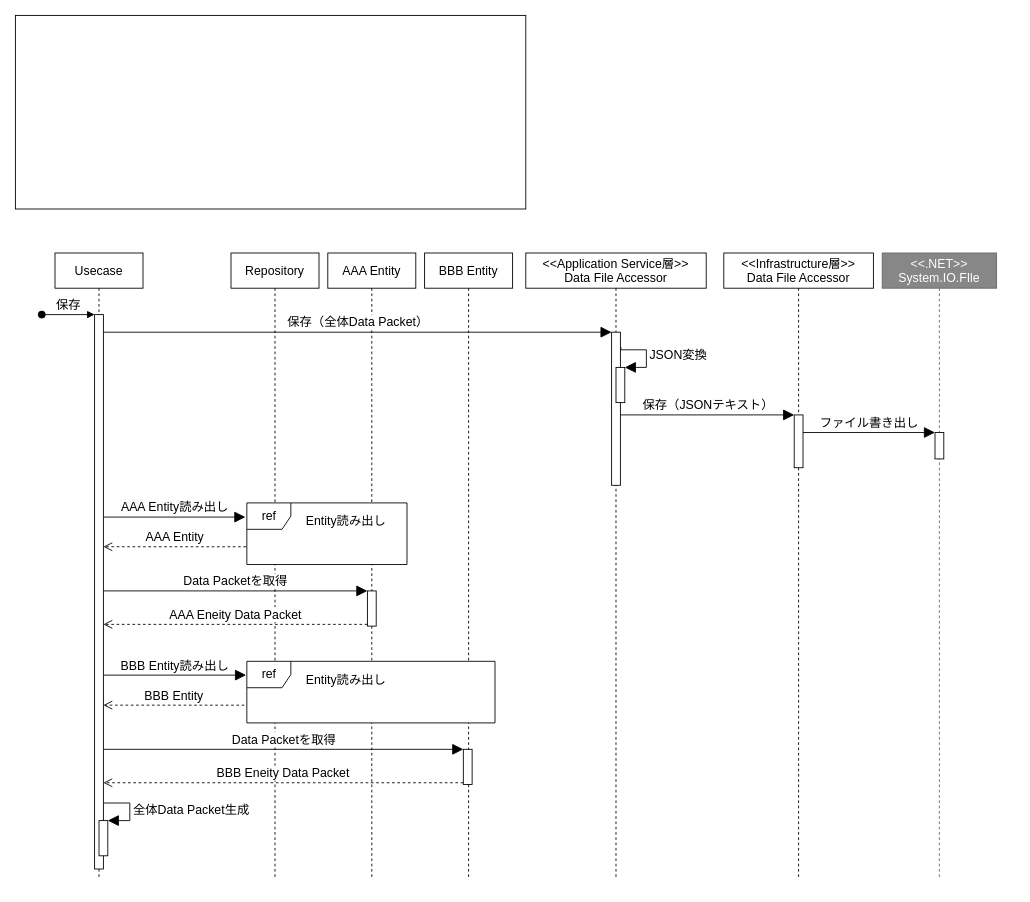
Before: page "設定データファイル読み込みシーケンス" (11 of 11) of Documents/Design/Figures.drawio in bosssanovar/WindowsApp_Template_202404, a draw.io diagram. Source tidied: cells renumbered, new cells numbered last; positions are measured from the earlier drawing's top-left corner, leaving out a move shared by most shapes. Both pictures are drawn from the tidied source at 88%, with x=0, y=0 at pixel (15, 15).
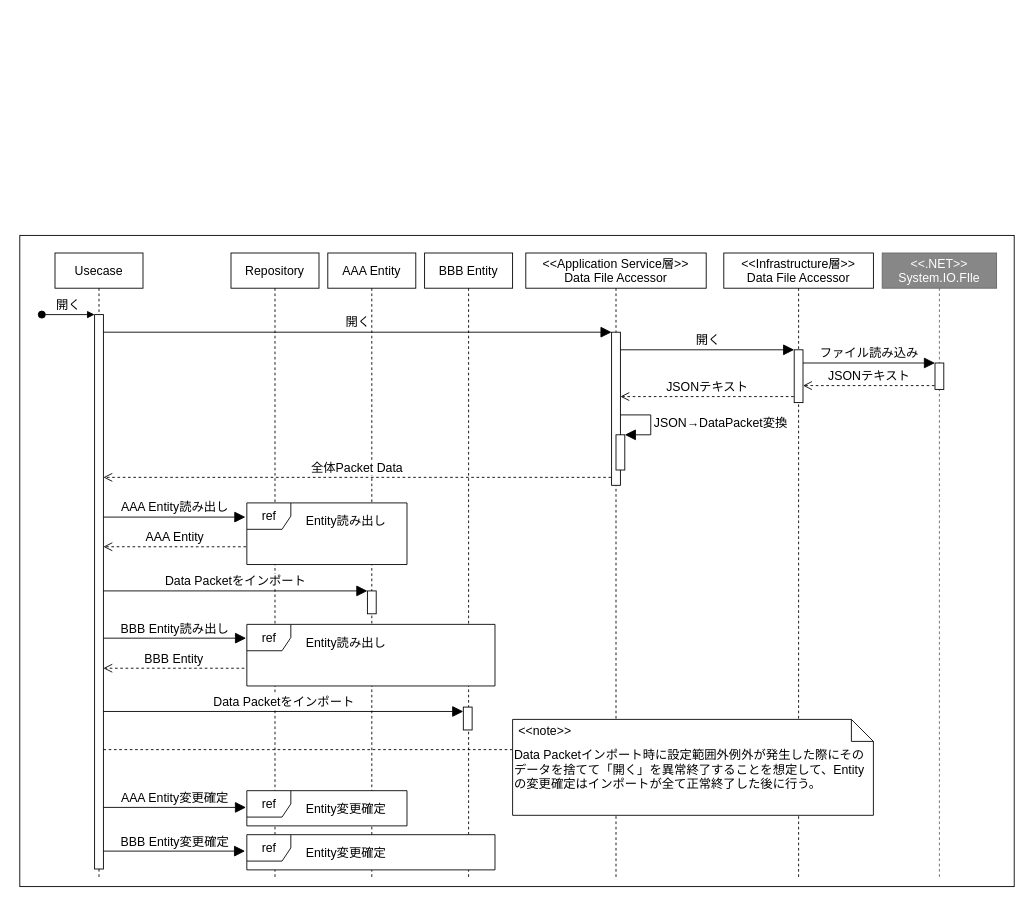
The same diagram, later.

The change refers to these unchanged cells:
```xml
<mxCell id="3" value="Usecase" style="shape=umlLifeline;perimeter=lifelinePerimeter;whiteSpace=wrap;html=1;strokeColor=#000000;strokeWidth=1;fontSize=14;fontColor=#000000;fillColor=#FFFFFF;" parent="1" vertex="1">
  <mxGeometry x="45" y="270" width="100" height="710" as="geometry" />
</mxCell>
<mxCell id="4" style="html=1;points=[];perimeter=orthogonalPerimeter;strokeColor=#000000;strokeWidth=1;fontSize=14;fontColor=#000000;fillColor=default;" parent="3" vertex="1">
  <mxGeometry x="45" y="70" width="10" height="630" as="geometry" />
</mxCell>
<mxCell id="9" value="AAA Entity" style="shape=umlLifeline;perimeter=lifelinePerimeter;whiteSpace=wrap;html=1;strokeColor=#000000;strokeWidth=1;fontSize=14;fontColor=#000000;fillColor=#FFFFFF;" parent="1" vertex="1">
  <mxGeometry x="355" y="270" width="100" height="710" as="geometry" />
</mxCell>
<mxCell id="11" value="BBB Entity" style="shape=umlLifeline;perimeter=lifelinePerimeter;whiteSpace=wrap;html=1;strokeColor=#000000;strokeWidth=1;fontSize=14;fontColor=#000000;fillColor=#FFFFFF;" parent="1" vertex="1">
  <mxGeometry x="465" y="270" width="100" height="710" as="geometry" />
</mxCell>
<mxCell id="13" value="&amp;lt;&amp;lt;Application Service層&amp;gt;&amp;gt;&lt;br&gt;Data File Accessor" style="shape=umlLifeline;perimeter=lifelinePerimeter;whiteSpace=wrap;html=1;strokeColor=#000000;strokeWidth=1;fontSize=14;fontColor=#000000;fillColor=#FFFFFF;" parent="1" vertex="1">
  <mxGeometry x="580" y="270" width="205" height="710" as="geometry" />
</mxCell>
<mxCell id="14" style="html=1;points=[];perimeter=orthogonalPerimeter;strokeColor=#000000;strokeWidth=1;fontSize=14;fontColor=#000000;fillColor=default;" parent="13" vertex="1">
  <mxGeometry x="97.5" y="90" width="10" height="174" as="geometry" />
</mxCell>
<mxCell id="17" value="&amp;lt;&amp;lt;Infrastructure層&amp;gt;&amp;gt;&lt;br style=&quot;border-color: var(--border-color);&quot;&gt;Data File Accessor" style="shape=umlLifeline;perimeter=lifelinePerimeter;whiteSpace=wrap;html=1;strokeColor=#000000;strokeWidth=1;fontSize=14;fontColor=#000000;fillColor=#FFFFFF;" parent="1" vertex="1">
  <mxGeometry x="805" y="270" width="170" height="710" as="geometry" />
</mxCell>
<mxCell id="19" value="&amp;lt;&amp;lt;.NET&amp;gt;&amp;gt;&lt;br&gt;System.IO.FIle" style="shape=umlLifeline;perimeter=lifelinePerimeter;whiteSpace=wrap;html=1;strokeColor=#666666;strokeWidth=1;fontSize=14;fontColor=#FFFFFF;fillColor=#878787;" parent="1" vertex="1">
  <mxGeometry x="985" y="270" width="130" height="710" as="geometry" />
</mxCell>
```

The edit, as a diff of the source:
```diff
@@
     <mxCell id="2" style="rounded=0;whiteSpace=wrap;html=1;strokeColor=#000000;strokeWidth=1;fontSize=14;fontColor=#000000;fillColor=default;" parent="1" vertex="1">
-      <mxGeometry width="580" height="220" as="geometry" />
+      <mxGeometry x="5" y="250" width="1130" height="740" as="geometry" />
     </mxCell>
@@
-    <mxCell id="5" value="保存" style="html=1;verticalAlign=bottom;startArrow=oval;endArrow=block;startSize=8;strokeWidth=1;fontSize=14;fontColor=#000000;" parent="3" edge="1" target="4">
+    <mxCell id="5" value="開く" style="html=1;verticalAlign=bottom;startArrow=oval;endArrow=block;startSize=8;strokeWidth=1;fontSize=14;fontColor=#000000;" parent="3" edge="1" target="4">
       <mxGeometry relative="1" as="geometry">
         <mxPoint x="-15" y="70" as="sourcePoint" />
       </mxGeometry>
     </mxCell>
-    <mxCell id="6" style="html=1;points=[];perimeter=orthogonalPerimeter;strokeColor=#000000;strokeWidth=1;fontSize=14;fontColor=#000000;fillColor=default;" parent="3" vertex="1">
-      <mxGeometry x="50" y="645" width="10" height="40" as="geometry" />
-    </mxCell>
-    <mxCell id="7" value="全体Data Packet生成" style="edgeStyle=orthogonalEdgeStyle;html=1;align=left;spacingLeft=2;endArrow=block;rounded=0;entryX=1;entryY=0;strokeWidth=1;fontSize=14;fontColor=#000000;startSize=6;endSize=10;" parent="3" edge="1" target="6">
-      <mxGeometry relative="1" as="geometry">
-        <mxPoint x="55" y="625" as="sourcePoint" />
-        <Array as="points">
-          <mxPoint x="85" y="625" />
-        </Array>
-      </mxGeometry>
-    </mxCell>
@@
     <mxCell id="10" style="html=1;points=[];perimeter=orthogonalPerimeter;strokeColor=#000000;strokeWidth=1;fontSize=14;fontColor=#000000;fillColor=default;" parent="9" vertex="1">
-      <mxGeometry x="45" y="384" width="10" height="40" as="geometry" />
+      <mxGeometry x="45" y="384" width="10" height="26" as="geometry" />
     </mxCell>
@@
     <mxCell id="12" style="html=1;points=[];perimeter=orthogonalPerimeter;strokeColor=#000000;strokeWidth=1;fontSize=14;fontColor=#000000;fillColor=default;" parent="11" vertex="1">
-      <mxGeometry x="44" y="564" width="10" height="40" as="geometry" />
+      <mxGeometry x="44" y="516" width="10" height="26" as="geometry" />
     </mxCell>
@@
     <mxCell id="15" style="html=1;points=[];perimeter=orthogonalPerimeter;strokeColor=#000000;strokeWidth=1;fontSize=14;fontColor=#000000;fillColor=default;" parent="13" vertex="1">
-      <mxGeometry x="102.5" y="130" width="10" height="40" as="geometry" />
+      <mxGeometry x="102.5" y="206.6" width="10" height="40" as="geometry" />
     </mxCell>
-    <mxCell id="16" value="JSON変換" style="edgeStyle=orthogonalEdgeStyle;html=1;align=left;spacingLeft=2;endArrow=block;rounded=0;entryX=1;entryY=0;strokeWidth=1;fontSize=14;fontColor=#000000;startSize=6;endSize=10;exitX=1.064;exitY=0.1;exitDx=0;exitDy=0;exitPerimeter=0;" parent="13" edge="1" source="14" target="15">
+    <mxCell id="16" value="JSON→DataPacket変換" style="edgeStyle=orthogonalEdgeStyle;html=1;align=left;spacingLeft=2;endArrow=block;rounded=0;entryX=1;entryY=0;strokeWidth=1;fontSize=14;fontColor=#000000;startSize=6;endSize=10;" parent="13" edge="1" source="14" target="15">
       <mxGeometry relative="1" as="geometry">
         <Array as="points">
-          <mxPoint x="108" y="110" />
-          <mxPoint x="137" y="110" />
-          <mxPoint x="137" y="130" />
+          <mxPoint x="142" y="184" />
+          <mxPoint x="142" y="207" />
         </Array>
       </mxGeometry>
     </mxCell>
@@
     <mxCell id="18" style="html=1;points=[];perimeter=orthogonalPerimeter;strokeColor=#000000;strokeWidth=1;fontSize=14;fontColor=#000000;fillColor=default;" parent="17" vertex="1">
-      <mxGeometry x="80" y="184" width="10" height="60" as="geometry" />
+      <mxGeometry x="80" y="110" width="10" height="60" as="geometry" />
     </mxCell>
@@
     <mxCell id="20" style="html=1;points=[];perimeter=orthogonalPerimeter;strokeColor=#000000;strokeWidth=1;fontSize=14;fontColor=#000000;fillColor=default;" parent="19" vertex="1">
-      <mxGeometry x="60" y="204" width="10" height="30" as="geometry" />
+      <mxGeometry x="60" y="125" width="10" height="30" as="geometry" />
     </mxCell>
@@
     <mxCell id="23" value="ref" style="shape=umlFrame;tabPosition=left;html=1;boundedLbl=1;labelInHeader=1;width=50;height=30;strokeColor=#000000;strokeWidth=1;fontSize=14;fontColor=#000000;fillColor=default;swimlaneFillColor=#FFFFFF;" parent="1" vertex="1">
-      <mxGeometry x="263" y="734" width="282" height="70" as="geometry" />
+      <mxGeometry x="263" y="692" width="282" height="70" as="geometry" />
     </mxCell>
@@
-    <mxCell id="27" value="Data Packetを取得" style="html=1;verticalAlign=bottom;endArrow=block;entryX=0;entryY=0;strokeWidth=1;fontSize=14;fontColor=#000000;startSize=6;endSize=10;" parent="1" edge="1" target="10">
+    <mxCell id="27" value="Data Packetをインポート" style="html=1;verticalAlign=bottom;endArrow=block;entryX=0;entryY=0;strokeWidth=1;fontSize=14;fontColor=#000000;startSize=6;endSize=10;" parent="1" edge="1" target="10">
       <mxGeometry relative="1" as="geometry">
         <mxPoint x="100" y="654" as="sourcePoint" />
       </mxGeometry>
     </mxCell>
-    <mxCell id="28" value="AAA Eneity Data Packet" style="html=1;verticalAlign=bottom;endArrow=open;dashed=1;endSize=8;exitX=0;exitY=0.95;strokeWidth=1;fontSize=14;fontColor=#000000;" parent="1" edge="1" source="10">
-      <mxGeometry relative="1" as="geometry">
-        <mxPoint x="100" y="692" as="targetPoint" />
-      </mxGeometry>
-    </mxCell>
-    <mxCell id="29" value="BBB Entity読み出し" style="html=1;verticalAlign=bottom;endArrow=block;strokeWidth=1;fontSize=14;fontColor=#000000;startSize=6;endSize=10;entryX=-0.003;entryY=0.224;entryDx=0;entryDy=0;entryPerimeter=0;" parent="1" edge="1" target="23">
-      <mxGeometry relative="1" as="geometry">
-        <mxPoint x="100" y="749.7" as="sourcePoint" />
-      </mxGeometry>
+    <mxCell id="29" value="BBB Entity読み出し" style="html=1;verticalAlign=bottom;endArrow=block;strokeWidth=1;fontSize=14;fontColor=#000000;startSize=6;endSize=10;entryX=-0.003;entryY=0.224;entryDx=0;entryDy=0;entryPerimeter=0;" parent="1" edge="1" source="4" target="23">
+      <mxGeometry relative="1" as="geometry" />
     </mxCell>
-    <mxCell id="30" value="BBB Entity" style="html=1;verticalAlign=bottom;endArrow=open;dashed=1;endSize=8;strokeWidth=1;fontSize=14;fontColor=#000000;exitX=-0.01;exitY=0.712;exitDx=0;exitDy=0;exitPerimeter=0;" parent="1" edge="1" source="23">
-      <mxGeometry relative="1" as="geometry">
-        <mxPoint x="100" y="783.8" as="targetPoint" />
-      </mxGeometry>
+    <mxCell id="30" value="BBB Entity" style="html=1;verticalAlign=bottom;endArrow=open;dashed=1;endSize=8;strokeWidth=1;fontSize=14;fontColor=#000000;exitX=-0.01;exitY=0.712;exitDx=0;exitDy=0;exitPerimeter=0;" parent="1" edge="1" source="23" target="4">
+      <mxGeometry relative="1" as="geometry" />
     </mxCell>
-    <mxCell id="31" value="Data Packetを取得" style="html=1;verticalAlign=bottom;endArrow=block;entryX=0;entryY=0;strokeWidth=1;fontSize=14;fontColor=#000000;startSize=6;endSize=10;" parent="1" edge="1" target="12">
+    <mxCell id="31" value="Data Packetをインポート" style="html=1;verticalAlign=bottom;endArrow=block;entryX=0;entryY=0;strokeWidth=1;fontSize=14;fontColor=#000000;startSize=6;endSize=10;" parent="1" edge="1">
       <mxGeometry relative="1" as="geometry">
-        <mxPoint x="100" y="834" as="sourcePoint" />
+        <mxPoint x="100" y="791" as="sourcePoint" />
+        <mxPoint x="509" y="791" as="targetPoint" />
       </mxGeometry>
     </mxCell>
-    <mxCell id="32" value="BBB Eneity Data Packet" style="html=1;verticalAlign=bottom;endArrow=open;dashed=1;endSize=8;exitX=0;exitY=0.95;strokeWidth=1;fontSize=14;fontColor=#000000;" parent="1" edge="1" source="12">
-      <mxGeometry relative="1" as="geometry">
-        <mxPoint x="100" y="872" as="targetPoint" />
-      </mxGeometry>
-    </mxCell>
-    <mxCell id="33" value="保存（全体Data Packet）" style="html=1;verticalAlign=bottom;endArrow=block;entryX=0;entryY=0;strokeWidth=1;fontSize=14;fontColor=#000000;startSize=6;endSize=10;" parent="1" edge="1" source="4" target="14">
+    <mxCell id="33" value="開く" style="html=1;verticalAlign=bottom;endArrow=block;entryX=0;entryY=0;strokeWidth=1;fontSize=14;fontColor=#000000;startSize=6;endSize=10;" parent="1" edge="1" source="4" target="14">
       <mxGeometry relative="1" as="geometry" />
     </mxCell>
-    <mxCell id="34" value="保存（JSONテキスト）" style="html=1;verticalAlign=bottom;endArrow=block;entryX=0;entryY=0;strokeWidth=1;fontSize=14;fontColor=#000000;startSize=6;endSize=10;" parent="1" edge="1" source="14" target="18">
+    <mxCell id="34" value="開く" style="html=1;verticalAlign=bottom;endArrow=block;entryX=0;entryY=0;strokeWidth=1;fontSize=14;fontColor=#000000;startSize=6;endSize=10;" parent="1" edge="1" source="14" target="18">
       <mxGeometry relative="1" as="geometry" />
     </mxCell>
-    <mxCell id="35" value="ファイル書き出し" style="html=1;verticalAlign=bottom;endArrow=block;entryX=0;entryY=0;strokeWidth=1;fontSize=14;fontColor=#000000;startSize=6;endSize=10;" parent="1" edge="1" source="18" target="20">
+    <mxCell id="35" value="ファイル読み込み" style="html=1;verticalAlign=bottom;endArrow=block;entryX=0;entryY=0;strokeWidth=1;fontSize=14;fontColor=#000000;startSize=6;endSize=10;" parent="1" edge="1" source="18" target="20">
       <mxGeometry relative="1" as="geometry" />
     </mxCell>
+    <mxCell id="36" value="全体Packet Data" style="html=1;verticalAlign=bottom;endArrow=open;dashed=1;endSize=8;strokeWidth=1;fontSize=14;fontColor=#000000;exitX=-0.05;exitY=0.948;exitDx=0;exitDy=0;exitPerimeter=0;" parent="1" edge="1" source="14" target="4">
+      <mxGeometry relative="1" as="geometry" />
+    </mxCell>
+    <mxCell id="37" value="JSONテキスト" style="html=1;verticalAlign=bottom;endArrow=open;dashed=1;endSize=8;strokeWidth=1;fontSize=14;fontColor=#000000;exitX=-0.05;exitY=0.856;exitDx=0;exitDy=0;exitPerimeter=0;" parent="1" edge="1" source="20" target="18">
+      <mxGeometry relative="1" as="geometry" />
+    </mxCell>
+    <mxCell id="38" value="JSONテキスト" style="html=1;verticalAlign=bottom;endArrow=open;dashed=1;endSize=8;strokeWidth=1;fontSize=14;fontColor=#000000;exitX=-0.05;exitY=0.886;exitDx=0;exitDy=0;exitPerimeter=0;" parent="1" edge="1" source="18" target="14">
+      <mxGeometry relative="1" as="geometry" />
+    </mxCell>
+    <mxCell id="39" value="ref" style="shape=umlFrame;tabPosition=left;html=1;boundedLbl=1;labelInHeader=1;width=50;height=30;strokeWidth=1;fontSize=14;swimlaneFillColor=#FFFFFF;" parent="1" vertex="1">
+      <mxGeometry x="263" y="881" width="182" height="40" as="geometry" />
+    </mxCell>
+    <mxCell id="40" value="Entity変更確定" style="text;align=center;strokeColor=none;strokeWidth=1;fontSize=14;fontColor=#000000;fillColor=default;" parent="39" vertex="1">
+      <mxGeometry width="100" height="20" relative="1" as="geometry">
+        <mxPoint x="63" y="6" as="offset" />
+      </mxGeometry>
+    </mxCell>
+    <mxCell id="41" value="AAA Entity変更確定" style="html=1;verticalAlign=bottom;endArrow=block;strokeWidth=1;fontSize=14;fontColor=#000000;startSize=6;endSize=10;entryX=-0.005;entryY=0.475;entryDx=0;entryDy=0;entryPerimeter=0;" parent="1" edge="1" source="4" target="39">
+      <mxGeometry relative="1" as="geometry" />
+    </mxCell>
+    <mxCell id="42" value="ref" style="shape=umlFrame;tabPosition=left;html=1;boundedLbl=1;labelInHeader=1;width=50;height=30;strokeWidth=1;fontSize=14;swimlaneFillColor=#FFFFFF;" parent="1" vertex="1">
+      <mxGeometry x="263" y="931" width="282" height="40" as="geometry" />
+    </mxCell>
+    <mxCell id="43" value="Entity変更確定" style="text;align=center;strokeColor=none;strokeWidth=1;fontSize=14;fontColor=#000000;fillColor=default;" parent="42" vertex="1">
+      <mxGeometry width="100" height="20" relative="1" as="geometry">
+        <mxPoint x="63" y="6" as="offset" />
+      </mxGeometry>
+    </mxCell>
+    <mxCell id="44" value="BBB Entity変更確定" style="html=1;verticalAlign=bottom;endArrow=block;strokeWidth=1;fontSize=14;fontColor=#000000;startSize=6;endSize=10;entryX=-0.007;entryY=0.467;entryDx=0;entryDy=0;entryPerimeter=0;" parent="1" edge="1" source="4" target="42">
+      <mxGeometry relative="1" as="geometry" />
+    </mxCell>
+    <mxCell id="45" value="Data Packetインポート時に設定範囲外例外が発生した際にそのデータを捨てて「開く」を異常終了することを想定して、Entityの変更確定はインポートが全て正常終了した後に行う。" style="shape=note2;boundedLbl=1;whiteSpace=wrap;html=1;size=25;verticalAlign=top;align=left;strokeWidth=1;fontSize=14;" parent="1" vertex="1">
+      <mxGeometry x="565" y="800" width="410" height="109" as="geometry" />
+    </mxCell>
+    <mxCell id="46" value="&lt;&lt;note&gt;&gt;" style="strokeColor=none;fillColor=none;align=left;spacingLeft=5;strokeWidth=1;fontSize=14;fontColor=#000000;" parent="45" vertex="1">
+      <mxGeometry width="410" height="25" relative="1" as="geometry" />
+    </mxCell>
+    <mxCell id="47" style="endArrow=none;dashed=1;html=1;strokeWidth=1;fontSize=14;fontColor=#000000;startSize=6;endSize=10;entryX=-0.001;entryY=0.315;entryDx=0;entryDy=0;entryPerimeter=0;" parent="1" edge="1" source="4" target="45">
+      <mxGeometry relative="1" as="geometry" />
+    </mxCell>
```
